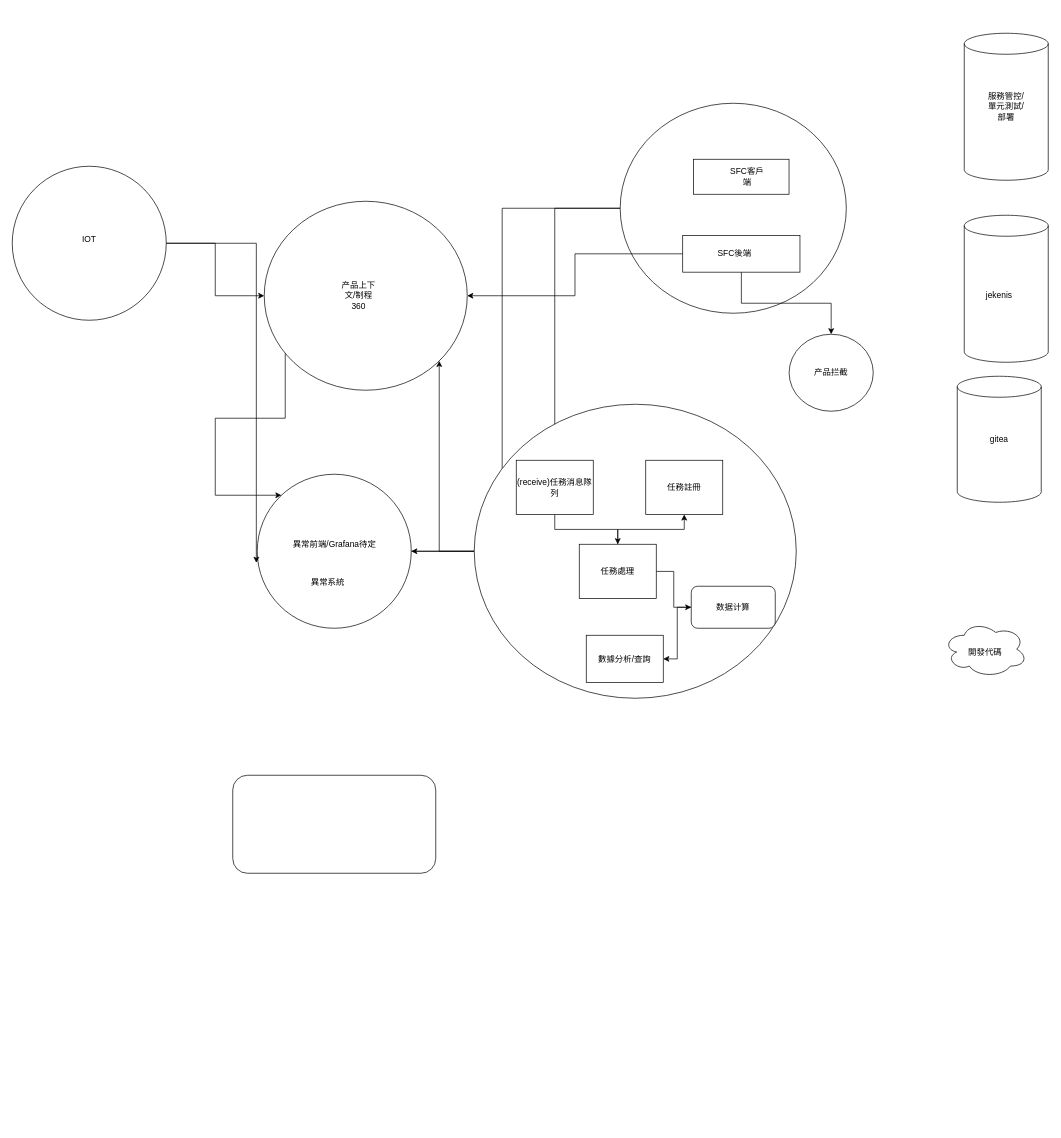
Earlier version of the draw.io diagram 未命名绘图.drawio (NoBug4Ever/drawio). Source tidied: cells renumbered, new cells numbered last; positions are measured from the earlier drawing's top-left corner, leaving out a move shared by most shapes. Both pictures are drawn from the tidied source at 70%, with x=0, y=0 at pixel (12, 33).
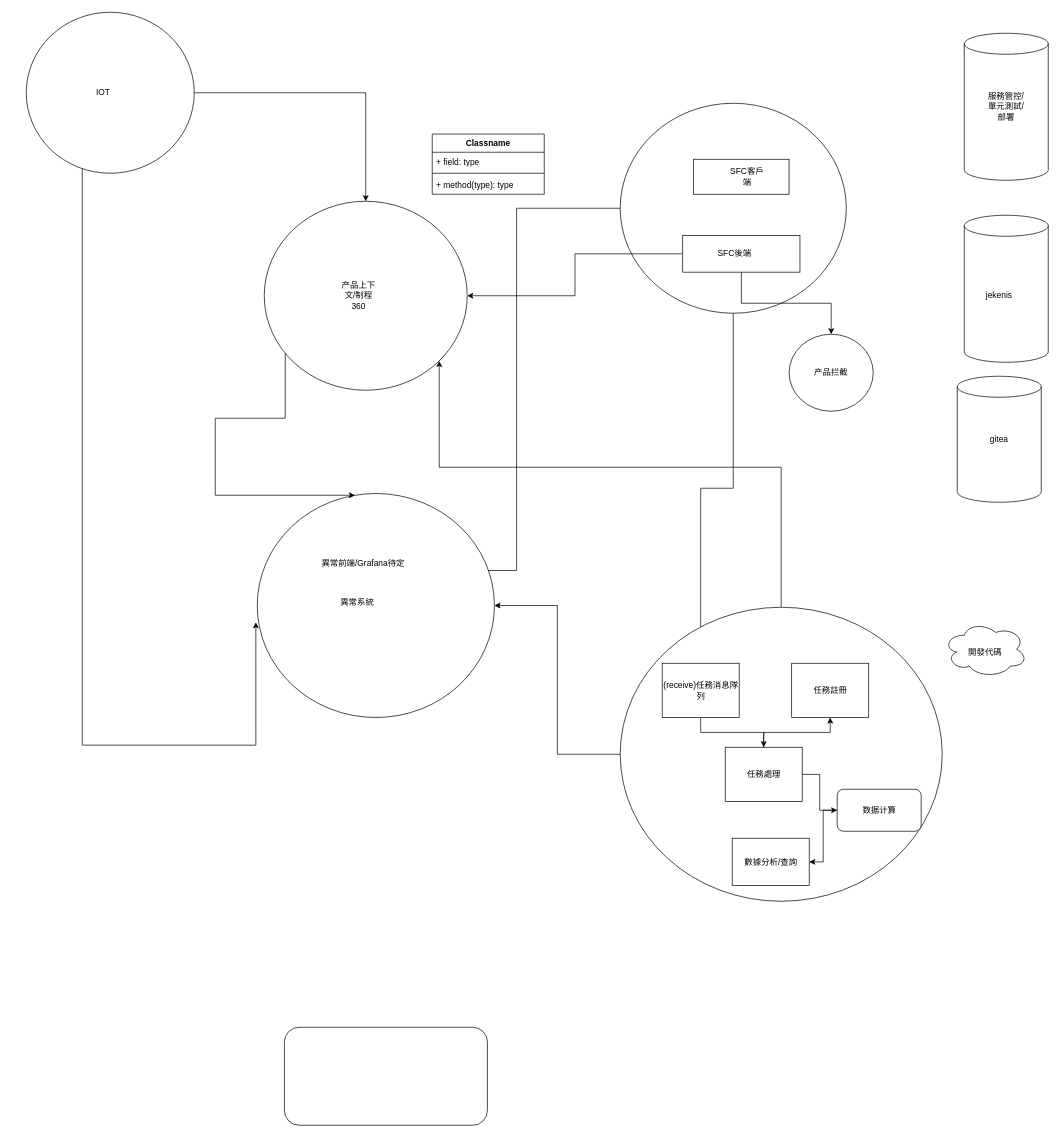
The same diagram, later.

Commit message:
更新未命名绘图.drawio

The change refers to these unchanged cells:
```xml
<mxCell id="38" style="ellipse;whiteSpace=wrap;html=1;" parent="1" vertex="1">
  <mxGeometry x="360" y="240" width="290" height="270" as="geometry" />
</mxCell>
```

What changed in the source:
```diff
@@
     <mxCell id="4" style="rounded=1;whiteSpace=wrap;html=1;" parent="1" vertex="1">
-      <mxGeometry x="315" y="1060" width="290" height="140" as="geometry" />
+      <mxGeometry x="388.8" y="1420" width="290" height="140" as="geometry" />
     </mxCell>
@@
     <mxCell id="9" style="ellipse;whiteSpace=wrap;html=1;" parent="1" vertex="1">
-      <mxGeometry x="350" y="630" width="220" height="220" as="geometry" />
+      <mxGeometry x="350" y="657.5" width="338.8" height="320" as="geometry" />
     </mxCell>
     <mxCell id="10" value="異常前端/Grafana待定" style="text;html=1;align=center;verticalAlign=middle;whiteSpace=wrap;rounded=0;" parent="1" vertex="1">
-      <mxGeometry x="388.8" y="710" width="142.5" height="40" as="geometry" />
+      <mxGeometry x="430" y="737.5" width="142.5" height="40" as="geometry" />
     </mxCell>
     <mxCell id="11" value="異常系統" style="text;html=1;align=center;verticalAlign=middle;whiteSpace=wrap;rounded=0;" parent="1" vertex="1">
-      <mxGeometry x="421.2" y="770" width="60" height="30" as="geometry" />
+      <mxGeometry x="462.5" y="797.5" width="60" height="30" as="geometry" />
     </mxCell>
@@
     <mxCell id="15" style="edgeStyle=orthogonalEdgeStyle;rounded=0;jettySize=auto;html=1;" parent="1" edge="1" source="17" target="38">
       <mxGeometry relative="1" as="geometry">
         <Array as="points">
-          <mxPoint x="610" y="740" />
+          <mxPoint x="1099" y="620" />
+          <mxPoint x="610" y="620" />
         </Array>
       </mxGeometry>
     </mxCell>
@@
     <mxCell id="17" style="ellipse;whiteSpace=wrap;html=1;" parent="1" vertex="1">
-      <mxGeometry x="660" y="530" width="460" height="420" as="geometry" />
+      <mxGeometry x="868.5" y="820" width="460" height="420" as="geometry" />
     </mxCell>
@@
     <mxCell id="20" value="任務處理" style="rounded=0;whiteSpace=wrap;html=1;" parent="1" vertex="1">
-      <mxGeometry x="810" y="730" width="110" height="77.5" as="geometry" />
+      <mxGeometry x="1018.5" y="1020" width="110" height="77.5" as="geometry" />
     </mxCell>
@@
     <mxCell id="22" value="(receive)任務消息隊列" style="rounded=0;whiteSpace=wrap;html=1;" parent="1" vertex="1">
-      <mxGeometry x="720" y="610" width="110" height="77.5" as="geometry" />
+      <mxGeometry x="928.5" y="900" width="110" height="77.5" as="geometry" />
     </mxCell>
     <mxCell id="23" value="數據分析/查詢" style="rounded=0;whiteSpace=wrap;html=1;" parent="1" vertex="1">
-      <mxGeometry x="820" y="860" width="110" height="67.5" as="geometry" />
+      <mxGeometry x="1028.5" y="1150" width="110" height="67.5" as="geometry" />
     </mxCell>
@@
     <mxCell id="33" value="任務註冊" style="rounded=0;whiteSpace=wrap;html=1;" parent="1" vertex="1">
-      <mxGeometry x="905" y="610" width="110" height="77.5" as="geometry" />
+      <mxGeometry x="1113.5" y="900" width="110" height="77.5" as="geometry" />
     </mxCell>
@@
     <mxCell id="35" style="ellipse;whiteSpace=wrap;html=1;" parent="1" vertex="1">
-      <mxGeometry y="190" width="220" height="220" as="geometry" />
+      <mxGeometry x="20" y="-30" width="240" height="230" as="geometry" />
     </mxCell>
     <mxCell id="36" value="IOT" style="text;html=1;align=center;verticalAlign=middle;whiteSpace=wrap;rounded=0;" parent="1" vertex="1">
-      <mxGeometry x="80" y="280" width="60" height="30" as="geometry" />
+      <mxGeometry x="100" y="70" width="60" height="30" as="geometry" />
     </mxCell>
@@
     <mxCell id="41" value="数据计算" style="rounded=1;whiteSpace=wrap;html=1;" parent="1" vertex="1">
-      <mxGeometry x="970" y="790" width="120" height="60" as="geometry" />
+      <mxGeometry x="1178.5" y="1080" width="120" height="60" as="geometry" />
     </mxCell>
     <mxCell id="42" style="edgeStyle=orthogonalEdgeStyle;rounded=0;jettySize=auto;html=1;entryX=-0.006;entryY=0.575;entryDx=0;entryDy=0;entryPerimeter=0;" parent="1" edge="1" source="35" target="9">
-      <mxGeometry relative="1" as="geometry" />
+      <mxGeometry relative="1" as="geometry">
+        <Array as="points">
+          <mxPoint x="100" y="1017" />
+        </Array>
+      </mxGeometry>
     </mxCell>
@@
+    <mxCell id="44" value="Classname" style="swimlane;fontStyle=1;align=center;verticalAlign=top;horizontal=1;startSize=26;whiteSpace=wrap;html=1;" parent="1" vertex="1">
+      <mxGeometry x="600" y="144" width="160" height="86" as="geometry" />
+    </mxCell>
+    <mxCell id="45" value="+ field: type" style="text;strokeColor=none;fillColor=none;align=left;verticalAlign=top;spacingLeft=4;spacingRight=4;overflow=hidden;whiteSpace=wrap;html=1;" parent="44" vertex="1">
+      <mxGeometry y="26" width="160" height="26" as="geometry" />
+    </mxCell>
+    <mxCell id="46" style="line;strokeWidth=1;fillColor=none;align=left;verticalAlign=middle;spacingTop=-1;spacingLeft=3;spacingRight=3;labelPosition=right;strokeColor=inherit;" parent="44" vertex="1">
+      <mxGeometry y="52" width="160" height="8" as="geometry" />
+    </mxCell>
+    <mxCell id="47" value="+ method(type): type" style="text;strokeColor=none;fillColor=none;align=left;verticalAlign=top;spacingLeft=4;spacingRight=4;overflow=hidden;whiteSpace=wrap;html=1;" parent="44" vertex="1">
+      <mxGeometry y="60" width="160" height="26" as="geometry" />
+    </mxCell>
```
